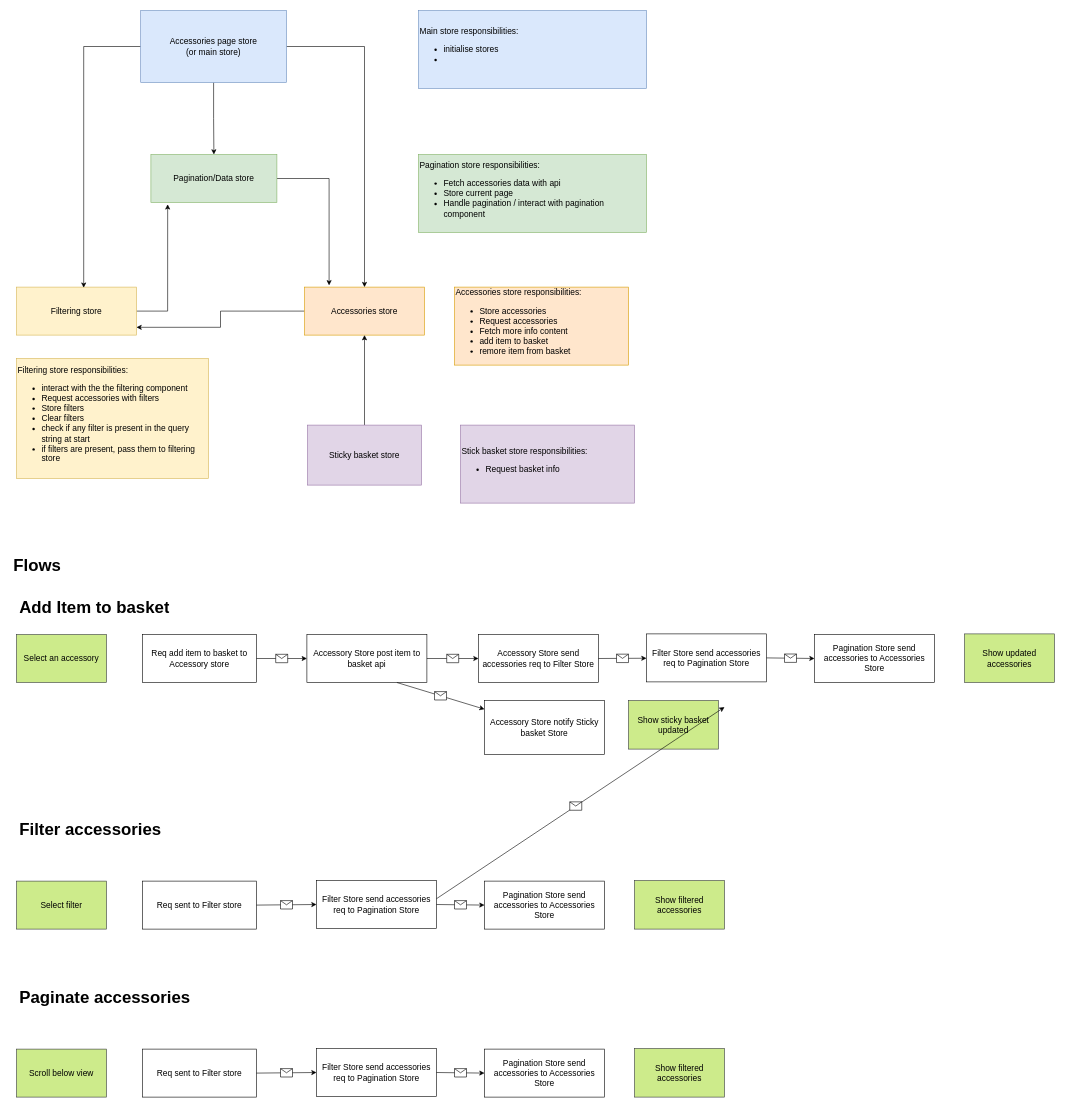
Before: Untitled Diagram.drawio in silvanaweb/demo, a draw.io diagram. Source tidied: cells renumbered, new cells numbered last; positions are measured from the earlier drawing's top-left corner, leaving out a move shared by most shapes. Both pictures are drawn from the tidied source at 60%, with x=0, y=0 at pixel (10, 10).
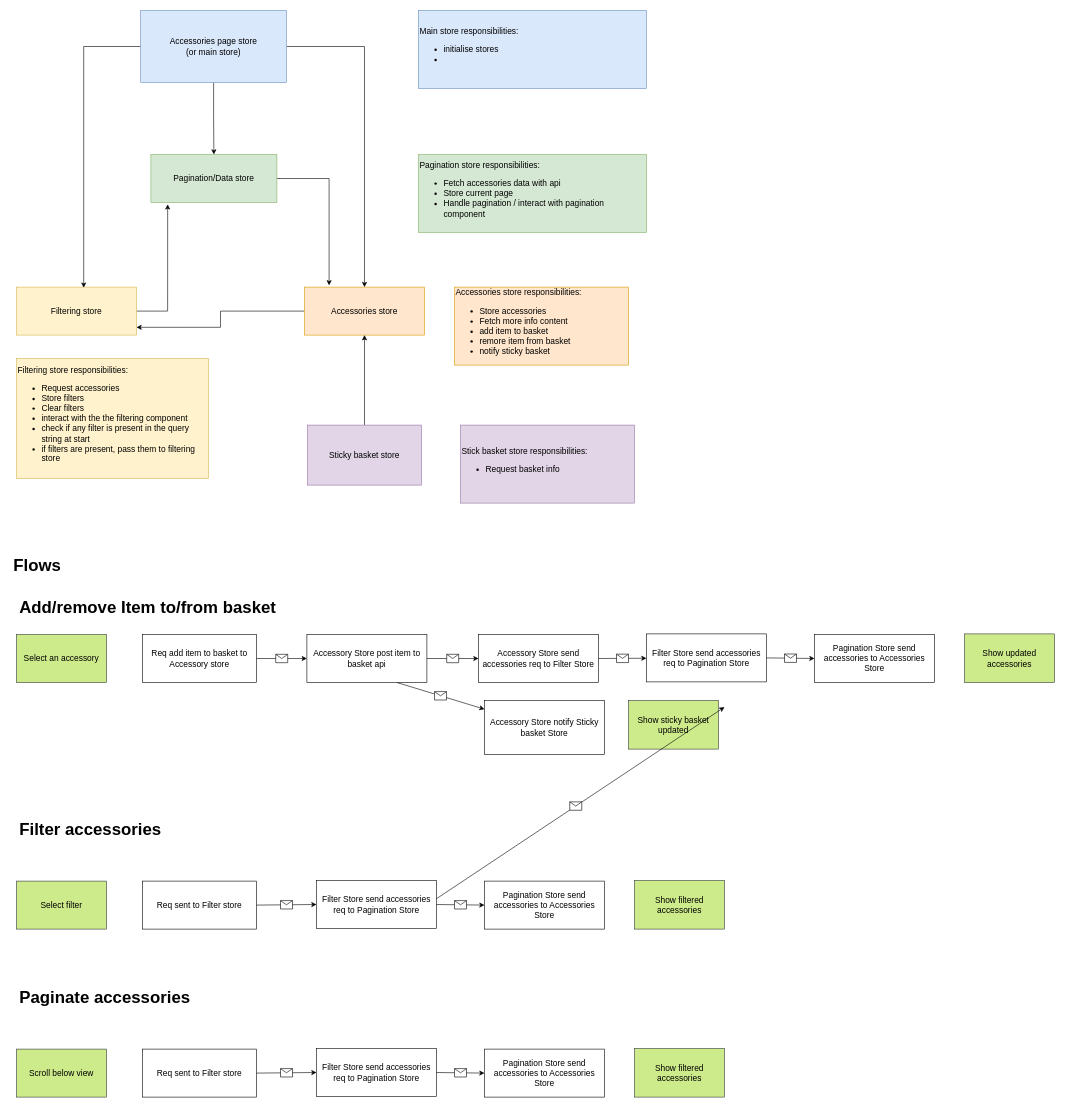
After the change.

Change to the diagram source:
```diff
@@
-    <mxCell id="8" value="&lt;div&gt;&lt;span style=&quot;font-size: 14px&quot;&gt;Accessories store responsibilities:&lt;/span&gt;&lt;/div&gt;&lt;ul style=&quot;font-size: 14px&quot;&gt;&lt;li&gt;Store accessories&lt;/li&gt;&lt;li&gt;Request accessories&lt;/li&gt;&lt;li&gt;Fetch more info content&lt;/li&gt;&lt;li&gt;add item to basket&lt;/li&gt;&lt;li&gt;remore item from basket&lt;/li&gt;&lt;/ul&gt;" style="text;html=1;strokeColor=#d79b00;fillColor=#ffe6cc;align=left;verticalAlign=middle;whiteSpace=wrap;rounded=0;" parent="1" vertex="1">
+    <mxCell id="8" value="&lt;div&gt;&lt;span style=&quot;font-size: 14px&quot;&gt;Accessories store responsibilities:&lt;/span&gt;&lt;/div&gt;&lt;ul style=&quot;font-size: 14px&quot;&gt;&lt;li&gt;Store accessories&lt;/li&gt;&lt;li&gt;Fetch more info content&lt;/li&gt;&lt;li&gt;add item to basket&lt;/li&gt;&lt;li&gt;remore item from basket&lt;/li&gt;&lt;li&gt;notify sticky basket&lt;/li&gt;&lt;/ul&gt;" style="text;html=1;strokeColor=#d79b00;fillColor=#ffe6cc;align=left;verticalAlign=middle;whiteSpace=wrap;rounded=0;" parent="1" vertex="1">
       <mxGeometry x="740" y="461" width="290" height="130" as="geometry" />
     </mxCell>
@@
-    <mxCell id="16" value="&lt;div&gt;&lt;span style=&quot;font-size: 14px&quot;&gt;Filtering store responsibilities:&lt;/span&gt;&lt;/div&gt;&lt;ul style=&quot;font-size: 14px&quot;&gt;&lt;li&gt;interact with the the filtering component&lt;/li&gt;&lt;li&gt;Request accessories with filters&lt;/li&gt;&lt;li&gt;Store filters&lt;/li&gt;&lt;li&gt;Clear filters&lt;/li&gt;&lt;li&gt;check if any filter is present in the query string at start&lt;/li&gt;&lt;li&gt;if filters are present, pass them to filtering store&lt;/li&gt;&lt;/ul&gt;" style="text;html=1;strokeColor=#d6b656;fillColor=#fff2cc;align=left;verticalAlign=middle;whiteSpace=wrap;rounded=0;" parent="1" vertex="1">
+    <mxCell id="16" value="&lt;div&gt;&lt;span style=&quot;font-size: 14px&quot;&gt;Filtering store responsibilities:&lt;/span&gt;&lt;/div&gt;&lt;ul style=&quot;font-size: 14px&quot;&gt;&lt;li&gt;&lt;span&gt;Request accessories&lt;/span&gt;&lt;br&gt;&lt;/li&gt;&lt;li&gt;Store filters&lt;/li&gt;&lt;li&gt;Clear filters&lt;/li&gt;&lt;li&gt;interact with the the filtering component&lt;/li&gt;&lt;li&gt;check if any filter is present in the query string at start&lt;/li&gt;&lt;li&gt;if filters are present, pass them to filtering store&lt;/li&gt;&lt;/ul&gt;" style="text;html=1;strokeColor=#d6b656;fillColor=#fff2cc;align=left;verticalAlign=middle;whiteSpace=wrap;rounded=0;" parent="1" vertex="1">
       <mxGeometry x="10" y="580" width="320" height="200" as="geometry" />
     </mxCell>
@@
-    <mxCell id="20" value="&lt;h1&gt;Add Item to basket&lt;/h1&gt;" style="text;html=1;strokeColor=none;fillColor=none;spacing=5;spacingTop=-20;whiteSpace=wrap;overflow=hidden;rounded=0;fontSize=14;align=left;" parent="1" vertex="1">
-      <mxGeometry x="10" y="970" width="395" height="50" as="geometry" />
+    <mxCell id="20" value="&lt;h1&gt;Add/remove Item to/from basket&lt;/h1&gt;" style="text;html=1;strokeColor=none;fillColor=none;spacing=5;spacingTop=-20;whiteSpace=wrap;overflow=hidden;rounded=0;fontSize=14;align=left;" parent="1" vertex="1">
+      <mxGeometry x="10" y="970" width="500" height="50" as="geometry" />
     </mxCell>
```
